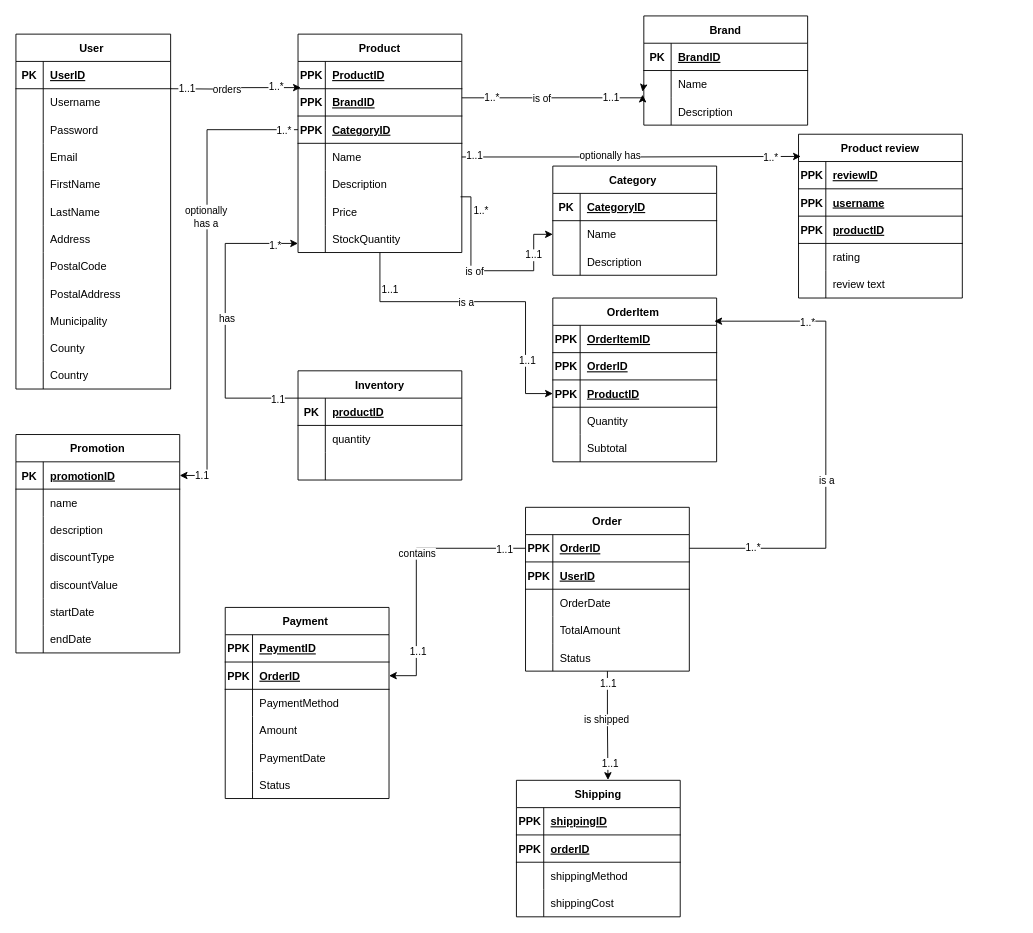
Before: page "ER tables" (1 of 5) of database-models/project_ER_diagram_Emil.drawio in emilkle/electromart-ecom-website, a draw.io diagram. Source tidied: cells renumbered, new cells numbered last; positions are measured from the earlier drawing's top-left corner, leaving out a move shared by most shapes. Both pictures are drawn from the tidied source at 91%, with x=0, y=0 at pixel (15, 15).
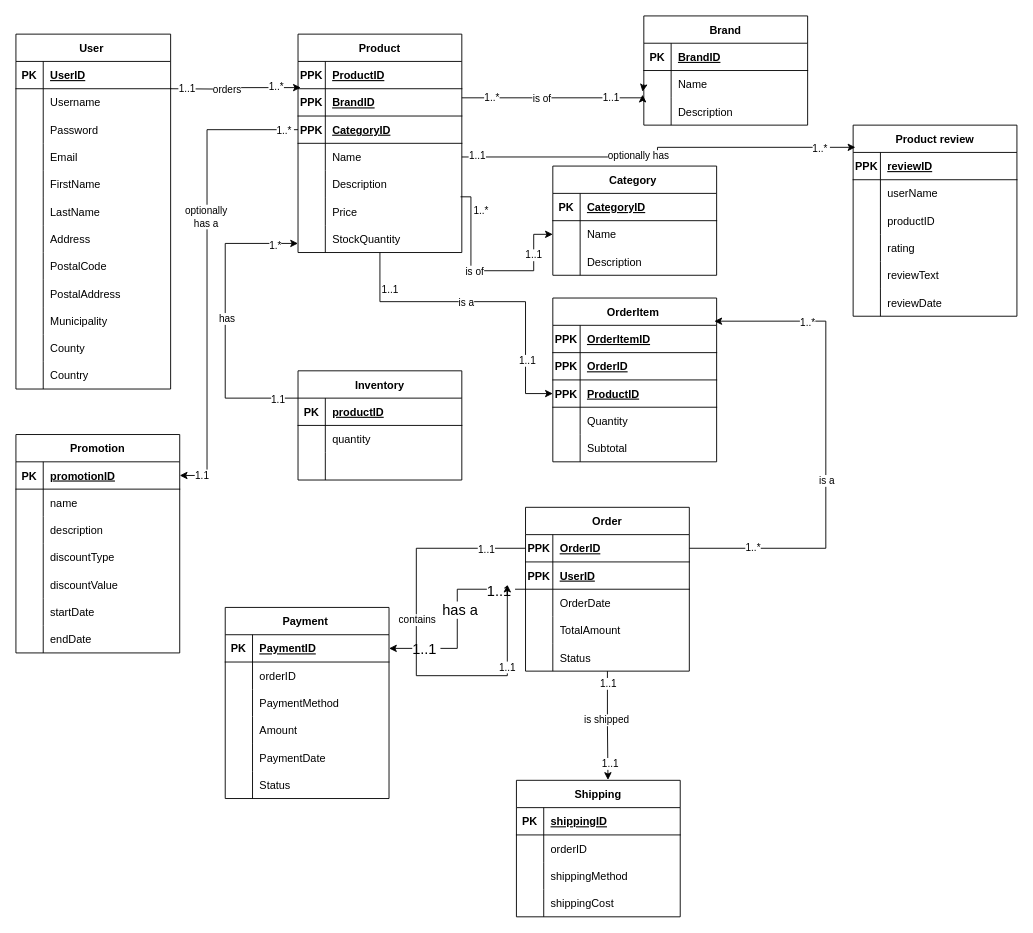
Above is the later version.

Commit message:
Add inventory, shipping, review and promotion in 3NF/BCNF

Unchanged cells that the change refers to:
```xml
<mxCell id="98" value="Order" style="shape=table;startSize=30;childLayout=tableLayout;rowLines=0;fontStyle=1;align=center;" parent="1" vertex="1">
  <mxGeometry x="560" y="540" width="180" height="180" as="geometry" />
</mxCell>
<mxCell id="99" style="shape=tableRow;horizontal=0;startSize=0;swimlaneHead=0;swimlaneBody=0;fillColor=none;points=[[0,0.5],[1,0.5]];portConstraint=eastwest;top=0;left=0;right=0;bottom=1;" parent="98" vertex="1">
  <mxGeometry y="30" width="180" height="30" as="geometry" />
</mxCell>
<mxCell id="114" value="Payment " style="shape=table;startSize=30;childLayout=tableLayout;rowLines=0;fontStyle=1;align=center;" parent="1" vertex="1">
  <mxGeometry x="230" y="650" width="180" height="210" as="geometry" />
</mxCell>
<mxCell id="115" style="shape=tableRow;horizontal=0;startSize=0;swimlaneHead=0;swimlaneBody=0;fillColor=none;points=[[0,0.5],[1,0.5]];portConstraint=eastwest;top=0;left=0;right=0;bottom=1;" parent="114" vertex="1">
  <mxGeometry y="30" width="180" height="30" as="geometry" />
</mxCell>
<mxCell id="193" value="Shipping" style="shape=table;startSize=30;childLayout=tableLayout;rowLines=0;fontStyle=1;align=center;" parent="1" vertex="1">
  <mxGeometry x="550" y="840" width="180" height="150" as="geometry" />
</mxCell>
<mxCell id="194" style="shape=tableRow;horizontal=0;startSize=0;swimlaneHead=0;swimlaneBody=0;fillColor=none;top=0;left=0;right=0;bottom=1;" parent="193" vertex="1">
  <mxGeometry y="30" width="180" height="30" as="geometry" />
</mxCell>
<mxCell id="219" style="shape=tableRow;horizontal=0;startSize=0;swimlaneHead=0;swimlaneBody=0;fillColor=none;top=0;left=0;right=0;bottom=0;" parent="206" vertex="1">
  <mxGeometry y="150" width="180" height="30" as="geometry" />
</mxCell>
```

Diff of the diagram source:
```diff
@@
+    <mxCell id="234" style="edgeStyle=orthogonalEdgeStyle;rounded=0;jettySize=auto;html=1;entryX=1;entryY=0.5;entryDx=0;entryDy=0;fontSize=16;" parent="1" edge="1" source="98" target="115">
+      <mxGeometry relative="1" as="geometry" />
+    </mxCell>
+    <mxCell id="235" value="1..1&amp;nbsp;" style="edgeLabel;html=1;align=center;verticalAlign=middle;fontSize=16;" parent="234" vertex="1">
+      <mxGeometry x="0.76" y="1" relative="1" as="geometry">
+        <mxPoint x="14" y="-1" as="offset" />
+      </mxGeometry>
+    </mxCell>
+    <mxCell id="236" value="1..1&amp;nbsp;" style="edgeLabel;html=1;align=center;verticalAlign=middle;fontSize=16;" parent="234" vertex="1">
+      <mxGeometry x="-0.74" y="1" relative="1" as="geometry" />
+    </mxCell>
+    <mxCell id="237" value="has a" style="edgeLabel;html=1;align=center;verticalAlign=middle;fontSize=16;" parent="234" vertex="1">
+      <mxGeometry x="-0.1" y="2" relative="1" as="geometry" />
+    </mxCell>
@@
-    <mxCell id="116" value="PPK" style="shape=partialRectangle;fillColor=none;top=0;left=0;bottom=0;right=0;fontStyle=1;overflow=hidden;" parent="115" vertex="1">
+    <mxCell id="116" value="PK" style="shape=partialRectangle;fillColor=none;top=0;left=0;bottom=0;right=0;fontStyle=1;overflow=hidden;" parent="115" vertex="1">
       <mxGeometry width="30" height="30" as="geometry" />
     </mxCell>
@@
-    <mxCell id="118" style="shape=tableRow;horizontal=0;startSize=0;swimlaneHead=0;swimlaneBody=0;fillColor=none;points=[[0,0.5],[1,0.5]];portConstraint=eastwest;top=0;left=0;right=0;bottom=1;" parent="114" vertex="1">
-      <mxGeometry y="60" width="180" height="30" as="geometry" />
-    </mxCell>
-    <mxCell id="119" value="PPK" style="shape=partialRectangle;fillColor=none;top=0;left=0;bottom=0;right=0;fontStyle=1;overflow=hidden;" parent="118" vertex="1">
-      <mxGeometry width="30" height="30" as="geometry" />
-    </mxCell>
-    <mxCell id="120" value="OrderID" style="shape=partialRectangle;fillColor=none;top=0;left=0;bottom=0;right=0;align=left;spacingLeft=6;fontStyle=5;overflow=hidden;" parent="118" vertex="1">
-      <mxGeometry x="30" width="150" height="30" as="geometry" />
-    </mxCell>
+    <mxCell id="238" style="shape=tableRow;horizontal=0;startSize=0;swimlaneHead=0;swimlaneBody=0;fillColor=none;top=0;left=0;right=0;bottom=0;" parent="114" vertex="1">
+      <mxGeometry y="60" width="180" height="30" as="geometry" />
+    </mxCell>
+    <mxCell id="239" style="shape=partialRectangle;fillColor=none;top=0;left=0;bottom=0;right=0;overflow=hidden;" parent="238" vertex="1">
+      <mxGeometry width="30" height="30" as="geometry" />
+    </mxCell>
+    <mxCell id="240" value="orderID" style="shape=partialRectangle;fillColor=none;top=0;left=0;bottom=0;right=0;align=left;spacingLeft=6;overflow=hidden;" parent="238" vertex="1">
+      <mxGeometry x="30" width="150" height="30" as="geometry" />
+    </mxCell>
@@
-    <mxCell id="153" style="edgeStyle=orthogonalEdgeStyle;rounded=0;jettySize=auto;html=1;exitX=0;exitY=0.5;exitDx=0;exitDy=0;entryX=1;entryY=0.5;entryDx=0;entryDy=0;" parent="1" edge="1" source="99" target="118">
+    <mxCell id="153" style="edgeStyle=orthogonalEdgeStyle;rounded=0;jettySize=auto;html=1;exitX=0;exitY=0.5;exitDx=0;exitDy=0;entryX=1;entryY=0.5;entryDx=0;entryDy=0;" parent="1" edge="1" source="99">
       <mxGeometry relative="1" as="geometry">
+        <mxPoint x="540" y="625" as="targetPoint" />
         <Array as="points">
           <mxPoint x="440" y="585" />
           <mxPoint x="440" y="725" />
         </Array>
       </mxGeometry>
     </mxCell>
@@
-    <mxCell id="195" value="PPK" style="shape=partialRectangle;fillColor=none;top=0;left=0;bottom=0;right=0;fontStyle=1;overflow=hidden;" parent="194" vertex="1">
+    <mxCell id="195" value="PK" style="shape=partialRectangle;fillColor=none;top=0;left=0;bottom=0;right=0;fontStyle=1;overflow=hidden;" parent="194" vertex="1">
       <mxGeometry width="30" height="30" as="geometry" />
     </mxCell>
@@
-    <mxCell id="197" style="shape=tableRow;horizontal=0;startSize=0;swimlaneHead=0;swimlaneBody=0;fillColor=none;top=0;left=0;right=0;bottom=1;" parent="193" vertex="1">
-      <mxGeometry y="60" width="180" height="30" as="geometry" />
-    </mxCell>
-    <mxCell id="198" value="PPK" style="shape=partialRectangle;fillColor=none;top=0;left=0;bottom=0;right=0;fontStyle=1;overflow=hidden;" parent="197" vertex="1">
-      <mxGeometry width="30" height="30" as="geometry" />
-    </mxCell>
-    <mxCell id="199" value="orderID" style="shape=partialRectangle;fillColor=none;top=0;left=0;bottom=0;right=0;align=left;spacingLeft=6;fontStyle=5;overflow=hidden;" parent="197" vertex="1">
-      <mxGeometry x="30" width="150" height="30" as="geometry" />
-    </mxCell>
+    <mxCell id="241" style="shape=tableRow;horizontal=0;startSize=0;swimlaneHead=0;swimlaneBody=0;fillColor=none;top=0;left=0;right=0;bottom=0;" parent="193" vertex="1">
+      <mxGeometry y="60" width="180" height="30" as="geometry" />
+    </mxCell>
+    <mxCell id="242" style="shape=partialRectangle;fillColor=none;top=0;left=0;bottom=0;right=0;overflow=hidden;" parent="241" vertex="1">
+      <mxGeometry width="30" height="30" as="geometry" />
+    </mxCell>
+    <mxCell id="243" value="orderID" style="shape=partialRectangle;fillColor=none;top=0;left=0;bottom=0;right=0;align=left;spacingLeft=6;overflow=hidden;" parent="241" vertex="1">
+      <mxGeometry x="30" width="150" height="30" as="geometry" />
+    </mxCell>
@@
     <mxCell id="206" value="Product review" style="shape=table;startSize=30;childLayout=tableLayout;rowLines=0;fontStyle=1;align=center;" parent="1" vertex="1">
-      <mxGeometry x="860" y="130" width="180" height="180" as="geometry" />
+      <mxGeometry x="920" y="120" width="180" height="210" as="geometry" />
     </mxCell>
@@
-    <mxCell id="210" style="shape=tableRow;horizontal=0;startSize=0;swimlaneHead=0;swimlaneBody=0;fillColor=none;top=0;left=0;right=0;bottom=1;" parent="206" vertex="1">
-      <mxGeometry y="60" width="180" height="30" as="geometry" />
-    </mxCell>
-    <mxCell id="211" value="PPK" style="shape=partialRectangle;fillColor=none;top=0;left=0;bottom=0;right=0;fontStyle=1;overflow=hidden;" parent="210" vertex="1">
-      <mxGeometry width="30" height="30" as="geometry" />
-    </mxCell>
-    <mxCell id="212" value="username" style="shape=partialRectangle;fillColor=none;top=0;left=0;bottom=0;right=0;align=left;spacingLeft=6;fontStyle=5;overflow=hidden;" parent="210" vertex="1">
-      <mxGeometry x="30" width="150" height="30" as="geometry" />
-    </mxCell>
-    <mxCell id="213" style="shape=tableRow;horizontal=0;startSize=0;swimlaneHead=0;swimlaneBody=0;fillColor=none;top=0;left=0;right=0;bottom=1;" parent="206" vertex="1">
-      <mxGeometry y="90" width="180" height="30" as="geometry" />
-    </mxCell>
-    <mxCell id="214" value="PPK" style="shape=partialRectangle;fillColor=none;top=0;left=0;bottom=0;right=0;fontStyle=1;overflow=hidden;" parent="213" vertex="1">
-      <mxGeometry width="30" height="30" as="geometry" />
-    </mxCell>
+    <mxCell id="244" style="shape=tableRow;horizontal=0;startSize=0;swimlaneHead=0;swimlaneBody=0;fillColor=none;top=0;left=0;right=0;bottom=0;" parent="206" vertex="1">
+      <mxGeometry y="60" width="180" height="30" as="geometry" />
+    </mxCell>
+    <mxCell id="245" style="shape=partialRectangle;fillColor=none;top=0;left=0;bottom=0;right=0;overflow=hidden;" parent="244" vertex="1">
+      <mxGeometry width="30" height="30" as="geometry" />
+    </mxCell>
+    <mxCell id="246" value="userName" style="shape=partialRectangle;fillColor=none;top=0;left=0;bottom=0;right=0;align=left;spacingLeft=6;overflow=hidden;" parent="244" vertex="1">
+      <mxGeometry x="30" width="150" height="30" as="geometry" />
+    </mxCell>
+    <mxCell id="247" style="shape=tableRow;horizontal=0;startSize=0;swimlaneHead=0;swimlaneBody=0;fillColor=none;top=0;left=0;right=0;bottom=0;" parent="206" vertex="1">
+      <mxGeometry y="90" width="180" height="30" as="geometry" />
+    </mxCell>
+    <mxCell id="248" style="shape=partialRectangle;fillColor=none;top=0;left=0;bottom=0;right=0;overflow=hidden;" parent="247" vertex="1">
+      <mxGeometry width="30" height="30" as="geometry" />
+    </mxCell>
-    <mxCell id="215" value="productID" style="shape=partialRectangle;fillColor=none;top=0;left=0;bottom=0;right=0;align=left;spacingLeft=6;fontStyle=5;overflow=hidden;" parent="213" vertex="1">
+    <mxCell id="215" value="productID" style="shape=partialRectangle;fillColor=none;top=0;left=0;bottom=0;right=0;align=left;spacingLeft=6;overflow=hidden;" parent="247" vertex="1">
       <mxGeometry x="30" width="150" height="30" as="geometry" />
     </mxCell>
@@
-    <mxCell id="221" value="review text" style="shape=partialRectangle;fillColor=none;top=0;left=0;bottom=0;right=0;align=left;spacingLeft=6;overflow=hidden;" parent="219" vertex="1">
+    <mxCell id="221" value="reviewText" style="shape=partialRectangle;fillColor=none;top=0;left=0;bottom=0;right=0;align=left;spacingLeft=6;overflow=hidden;" parent="219" vertex="1">
       <mxGeometry x="30" width="150" height="30" as="geometry" />
     </mxCell>
+    <mxCell id="249" style="shape=tableRow;horizontal=0;startSize=0;swimlaneHead=0;swimlaneBody=0;fillColor=none;top=0;left=0;right=0;bottom=0;" parent="206" vertex="1">
+      <mxGeometry y="180" width="180" height="30" as="geometry" />
+    </mxCell>
+    <mxCell id="250" style="shape=partialRectangle;fillColor=none;top=0;left=0;bottom=0;right=0;overflow=hidden;" parent="249" vertex="1">
+      <mxGeometry width="30" height="30" as="geometry" />
+    </mxCell>
+    <mxCell id="251" value="reviewDate" style="shape=partialRectangle;fillColor=none;top=0;left=0;bottom=0;right=0;align=left;spacingLeft=6;overflow=hidden;" parent="249" vertex="1">
+      <mxGeometry x="30" width="150" height="30" as="geometry" />
+    </mxCell>
```
